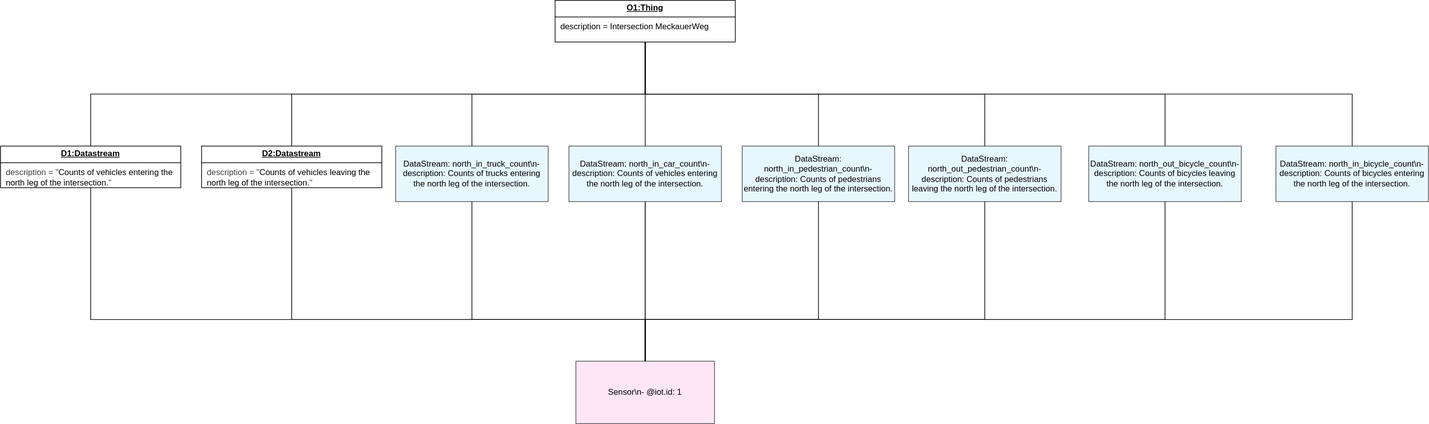
This is diagram.drawio.svg from starwit/frost-examples, a draw.io export, as it was before one commit. Source tidied: cells renumbered, new cells last; positions are measured from the earlier drawing's top-left corner, leaving out a move shared by most shapes.
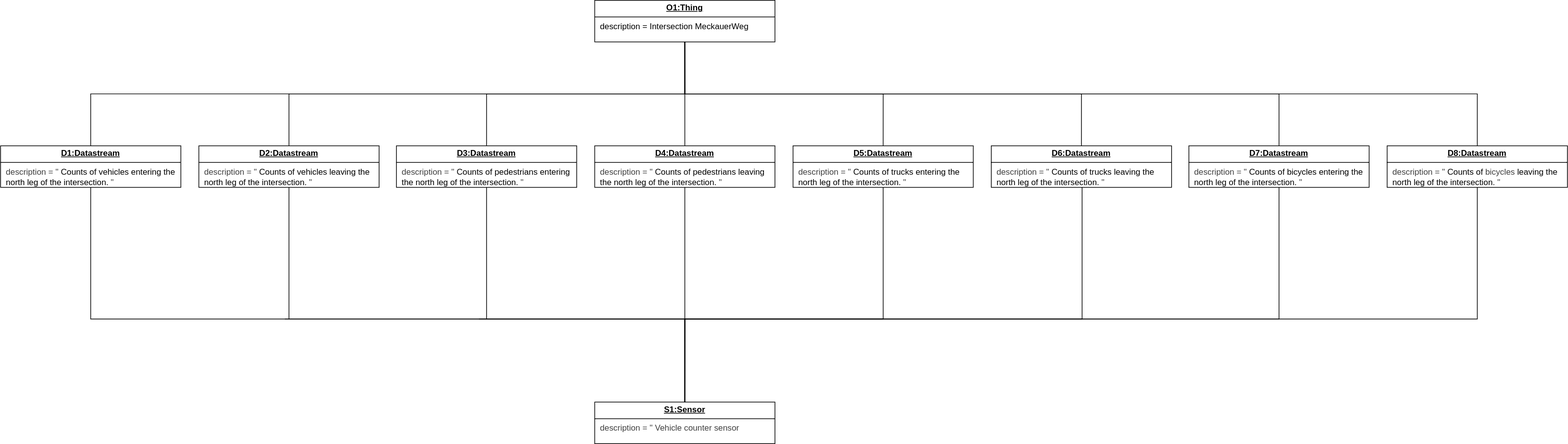
The same file after the commit.

Commit message:
convert to proper UML diagram

Diff of the diagram source:
```diff
@@ -2,34 +2,16 @@
   <root>
     <mxCell id="0" />
     <mxCell id="1" parent="0" />
-    <mxCell id="2" value="Sensor\n- @iot.id: 1" style="shape=umlObject;rounded=0;whiteSpace=wrap;html=1;fillColor=#ffe6f7;strokeColor=#4a4a4a;" parent="1" vertex="1">
-      <mxGeometry x="830" y="520" width="200" height="90" as="geometry" />
-    </mxCell>
-    <mxCell id="3" value="DataStream: north_in_truck_count\n- description: Counts of trucks entering the north leg of the intersection." style="shape=umlObject;rounded=0;whiteSpace=wrap;html=1;fillColor=#e6f7ff;strokeColor=#4a4a4a;" parent="1" vertex="1">
-      <mxGeometry x="570" y="210" width="220" height="80" as="geometry" />
-    </mxCell>
-    <mxCell id="4" value="DataStream: north_in_pedestrian_count\n- description: Counts of pedestrians entering the north leg of the intersection." style="shape=umlObject;rounded=0;whiteSpace=wrap;html=1;fillColor=#e6f7ff;strokeColor=#4a4a4a;" parent="1" vertex="1">
-      <mxGeometry x="1070" y="210" width="220" height="80" as="geometry" />
-    </mxCell>
-    <mxCell id="5" value="DataStream: north_in_bicycle_count\n- description: Counts of bicycles entering the north leg of the intersection." style="shape=umlObject;rounded=0;whiteSpace=wrap;html=1;fillColor=#e6f7ff;strokeColor=#4a4a4a;" parent="1" vertex="1">
-      <mxGeometry x="1840" y="210" width="220" height="80" as="geometry" />
-    </mxCell>
-    <mxCell id="6" value="DataStream: north_out_pedestrian_count\n- description: Counts of pedestrians leaving the north leg of the intersection." style="shape=umlObject;rounded=0;whiteSpace=wrap;html=1;fillColor=#e6f7ff;strokeColor=#4a4a4a;" parent="1" vertex="1">
-      <mxGeometry x="1310" y="210" width="220" height="80" as="geometry" />
-    </mxCell>
-    <mxCell id="7" value="DataStream: north_out_bicycle_count\n- description: Counts of bicycles leaving the north leg of the intersection." style="shape=umlObject;rounded=0;whiteSpace=wrap;html=1;fillColor=#e6f7ff;strokeColor=#4a4a4a;" parent="1" vertex="1">
-      <mxGeometry x="1570" y="210" width="220" height="80" as="geometry" />
-    </mxCell>
-    <mxCell id="8" style="edgeStyle=orthogonalEdgeStyle;rounded=0;jettySize=auto;html=1;endArrow=none;exitX=0.5;exitY=1;exitDx=0;exitDy=0;" parent="1" edge="1" source="25" target="24">
+    <mxCell id="8" style="edgeStyle=orthogonalEdgeStyle;rounded=0;jettySize=auto;html=1;endArrow=none;exitX=0.5;exitY=1;exitDx=0;exitDy=0;entryX=0.5;entryY=0;entryDx=0;entryDy=0;" parent="1" edge="1" source="25" target="30">
       <mxGeometry relative="1" as="geometry" />
     </mxCell>
-    <mxCell id="9" style="edgeStyle=orthogonalEdgeStyle;rounded=0;jettySize=auto;html=1;endArrow=none;exitX=0.5;exitY=1;exitDx=0;exitDy=0;" parent="1" edge="1" source="25" target="3">
+    <mxCell id="9" style="edgeStyle=orthogonalEdgeStyle;rounded=0;jettySize=auto;html=1;endArrow=none;exitX=0.5;exitY=1;exitDx=0;exitDy=0;entryX=0.5;entryY=0;entryDx=0;entryDy=0;" parent="1" edge="1" source="25" target="31">
       <mxGeometry relative="1" as="geometry" />
     </mxCell>
-    <mxCell id="10" style="edgeStyle=orthogonalEdgeStyle;rounded=0;jettySize=auto;html=1;endArrow=none;exitX=0.5;exitY=1;exitDx=0;exitDy=0;" parent="1" edge="1" source="25" target="4">
+    <mxCell id="10" style="edgeStyle=orthogonalEdgeStyle;rounded=0;jettySize=auto;html=1;endArrow=none;exitX=0.5;exitY=1;exitDx=0;exitDy=0;entryX=0.5;entryY=0;entryDx=0;entryDy=0;" parent="1" edge="1" source="25" target="32">
       <mxGeometry relative="1" as="geometry" />
     </mxCell>
-    <mxCell id="11" style="edgeStyle=orthogonalEdgeStyle;rounded=0;jettySize=auto;html=1;endArrow=none;exitX=0.5;exitY=1;exitDx=0;exitDy=0;" parent="1" edge="1" source="25" target="5">
+    <mxCell id="11" style="edgeStyle=orthogonalEdgeStyle;rounded=0;jettySize=auto;html=1;endArrow=none;exitX=0.5;exitY=1;exitDx=0;exitDy=0;entryX=0.5;entryY=0;entryDx=0;entryDy=0;" parent="1" edge="1" source="25" target="34">
       <mxGeometry relative="1" as="geometry" />
     </mxCell>
     <mxCell id="12" style="edgeStyle=orthogonalEdgeStyle;rounded=0;jettySize=auto;html=1;endArrow=none;exitX=0.5;exitY=1;exitDx=0;exitDy=0;entryX=0.5;entryY=0;entryDx=0;entryDy=0;" parent="1" edge="1" source="25" target="27">
@@ -38,78 +20,72 @@
     <mxCell id="13" style="edgeStyle=orthogonalEdgeStyle;rounded=0;jettySize=auto;html=1;endArrow=none;exitX=0.5;exitY=1;exitDx=0;exitDy=0;entryX=0.5;entryY=0;entryDx=0;entryDy=0;" parent="1" edge="1" source="25" target="28">
       <mxGeometry relative="1" as="geometry" />
     </mxCell>
-    <mxCell id="14" style="edgeStyle=orthogonalEdgeStyle;rounded=0;jettySize=auto;html=1;endArrow=none;exitX=0.5;exitY=1;exitDx=0;exitDy=0;" parent="1" edge="1" source="25" target="6">
+    <mxCell id="14" style="edgeStyle=orthogonalEdgeStyle;rounded=0;jettySize=auto;html=1;endArrow=none;exitX=0.5;exitY=1;exitDx=0;exitDy=0;entryX=0.5;entryY=0;entryDx=0;entryDy=0;" parent="1" edge="1" source="25" target="33">
       <mxGeometry relative="1" as="geometry" />
     </mxCell>
-    <mxCell id="15" style="edgeStyle=orthogonalEdgeStyle;rounded=0;jettySize=auto;html=1;endArrow=none;exitX=0.5;exitY=1;exitDx=0;exitDy=0;" parent="1" edge="1" source="25" target="7">
+    <mxCell id="15" style="edgeStyle=orthogonalEdgeStyle;rounded=0;jettySize=auto;html=1;endArrow=none;exitX=0.5;exitY=1;exitDx=0;exitDy=0;entryX=0.5;entryY=0;entryDx=0;entryDy=0;" parent="1" edge="1" source="25" target="35">
       <mxGeometry relative="1" as="geometry" />
     </mxCell>
-    <mxCell id="16" style="edgeStyle=orthogonalEdgeStyle;rounded=0;jettySize=auto;html=1;endArrow=none;" parent="1" edge="1" source="24" target="2">
-      <mxGeometry relative="1" as="geometry" />
-    </mxCell>
-    <mxCell id="17" style="edgeStyle=orthogonalEdgeStyle;rounded=0;jettySize=auto;html=1;endArrow=none;" parent="1" edge="1" source="3" target="2">
+    <mxCell id="17" style="edgeStyle=orthogonalEdgeStyle;rounded=0;jettySize=auto;html=1;endArrow=none;entryX=0.5;entryY=0;entryDx=0;entryDy=0;exitX=0.5;exitY=1;exitDx=0;exitDy=0;" parent="1" edge="1" source="31" target="29">
       <mxGeometry relative="1" as="geometry">
         <Array as="points">
-          <mxPoint x="680" y="460" />
-          <mxPoint x="930" y="460" />
+          <mxPoint x="690" y="460" />
+          <mxPoint x="980" y="460" />
         </Array>
       </mxGeometry>
     </mxCell>
-    <mxCell id="18" style="edgeStyle=orthogonalEdgeStyle;rounded=0;jettySize=auto;html=1;endArrow=none;" parent="1" edge="1" source="4" target="2">
+    <mxCell id="18" style="edgeStyle=orthogonalEdgeStyle;rounded=0;jettySize=auto;html=1;endArrow=none;entryX=0.5;entryY=0;entryDx=0;entryDy=0;exitX=0.5;exitY=1;exitDx=0;exitDy=0;" parent="1" edge="1" source="32" target="29">
       <mxGeometry relative="1" as="geometry">
         <Array as="points">
-          <mxPoint x="1180" y="460" />
-          <mxPoint x="930" y="460" />
+          <mxPoint x="1273" y="460" />
+          <mxPoint x="987" y="460" />
         </Array>
       </mxGeometry>
     </mxCell>
-    <mxCell id="19" style="edgeStyle=orthogonalEdgeStyle;rounded=0;jettySize=auto;html=1;endArrow=none;" parent="1" edge="1" source="5" target="2">
+    <mxCell id="19" style="edgeStyle=orthogonalEdgeStyle;rounded=0;jettySize=auto;html=1;endArrow=none;entryX=0.5;entryY=0;entryDx=0;entryDy=0;exitX=0.5;exitY=1;exitDx=0;exitDy=0;" parent="1" edge="1" source="34" target="29">
       <mxGeometry relative="1" as="geometry">
         <Array as="points">
-          <mxPoint x="1950" y="460" />
-          <mxPoint x="930" y="460" />
+          <mxPoint x="2130" y="460" />
+          <mxPoint x="987" y="460" />
         </Array>
       </mxGeometry>
     </mxCell>
-    <mxCell id="20" style="edgeStyle=orthogonalEdgeStyle;rounded=0;jettySize=auto;html=1;endArrow=none;" parent="1" edge="1" source="24" target="2">
+    <mxCell id="20" style="edgeStyle=orthogonalEdgeStyle;rounded=0;jettySize=auto;html=1;endArrow=none;entryX=0.5;entryY=0;entryDx=0;entryDy=0;exitX=0.5;exitY=1;exitDx=0;exitDy=0;" parent="1" edge="1" source="30" target="29">
       <mxGeometry relative="1" as="geometry" />
     </mxCell>
-    <mxCell id="21" style="edgeStyle=orthogonalEdgeStyle;rounded=0;jettySize=auto;html=1;endArrow=none;" parent="1" edge="1" source="6" target="2">
+    <mxCell id="21" style="edgeStyle=orthogonalEdgeStyle;rounded=0;jettySize=auto;html=1;endArrow=none;entryX=0.5;entryY=0;entryDx=0;entryDy=0;exitX=0.5;exitY=1;exitDx=0;exitDy=0;" parent="1" edge="1" source="33" target="29">
       <mxGeometry relative="1" as="geometry">
         <Array as="points">
-          <mxPoint x="1420" y="460" />
-          <mxPoint x="930" y="460" />
+          <mxPoint x="1560" y="270" />
+          <mxPoint x="1560" y="460" />
+          <mxPoint x="987" y="460" />
         </Array>
       </mxGeometry>
     </mxCell>
-    <mxCell id="22" style="edgeStyle=orthogonalEdgeStyle;rounded=0;jettySize=auto;html=1;endArrow=none;" parent="1" edge="1" source="7" target="2">
+    <mxCell id="22" style="edgeStyle=orthogonalEdgeStyle;rounded=0;jettySize=auto;html=1;endArrow=none;entryX=0.5;entryY=0;entryDx=0;entryDy=0;exitX=0.5;exitY=1;exitDx=0;exitDy=0;" parent="1" edge="1" source="35" target="29">
       <mxGeometry relative="1" as="geometry">
         <Array as="points">
-          <mxPoint x="1680" y="460" />
-          <mxPoint x="930" y="460" />
+          <mxPoint x="1844" y="460" />
+          <mxPoint x="987" y="460" />
         </Array>
       </mxGeometry>
     </mxCell>
-    <mxCell id="23" style="edgeStyle=orthogonalEdgeStyle;rounded=0;jettySize=auto;html=1;endArrow=none;exitX=0.5;exitY=1;exitDx=0;exitDy=0;" parent="1" edge="1" source="28" target="2">
+    <mxCell id="23" style="edgeStyle=orthogonalEdgeStyle;rounded=0;jettySize=auto;html=1;endArrow=none;exitX=0.5;exitY=1;exitDx=0;exitDy=0;entryX=0.5;entryY=0;entryDx=0;entryDy=0;" parent="1" edge="1" source="28" target="29">
       <mxGeometry relative="1" as="geometry">
         <Array as="points">
-          <mxPoint x="420" y="400" />
-          <mxPoint x="420" y="460" />
-          <mxPoint x="930" y="460" />
+          <mxPoint x="410" y="460" />
+          <mxPoint x="980" y="460" />
         </Array>
       </mxGeometry>
     </mxCell>
-    <mxCell id="24" value="DataStream: north_in_car_count\n- description: Counts of vehicles entering the north leg of the intersection." style="shape=umlObject;rounded=0;whiteSpace=wrap;html=1;fillColor=#e6f7ff;strokeColor=#4a4a4a;" parent="1" vertex="1">
-      <mxGeometry x="820" y="210" width="220" height="80" as="geometry" />
-    </mxCell>
     <mxCell id="25" value="&lt;p style=&quot;margin:0px;margin-top:4px;text-align:center;text-decoration:underline;&quot;&gt;&lt;b&gt;O1:Thing&lt;/b&gt;&lt;/p&gt;&lt;hr size=&quot;1&quot; style=&quot;border-style:solid;&quot;&gt;&lt;p style=&quot;margin:0px;margin-left:8px;&quot;&gt;description =&amp;nbsp;&lt;span style=&quot;color: rgb(0, 0, 0); text-align: center;&quot;&gt;Intersection MeckauerWeg&lt;/span&gt;&lt;br&gt;&lt;/p&gt;" style="verticalAlign=top;align=left;overflow=fill;html=1;whiteSpace=wrap;" parent="1" vertex="1">
-      <mxGeometry x="800" width="260" height="60" as="geometry" />
+      <mxGeometry x="857" width="260" height="60" as="geometry" />
     </mxCell>
-    <mxCell id="26" style="edgeStyle=orthogonalEdgeStyle;html=1;exitX=0.5;exitY=1;exitDx=0;exitDy=0;entryX=0.5;entryY=0;entryDx=0;entryDy=0;endArrow=none;endFill=0;rounded=0;curved=0;" parent="1" edge="1" source="27" target="2">
+    <mxCell id="26" style="edgeStyle=orthogonalEdgeStyle;html=1;exitX=0.5;exitY=1;exitDx=0;exitDy=0;entryX=0.5;entryY=0;entryDx=0;entryDy=0;endArrow=none;endFill=0;rounded=0;curved=0;" parent="1" edge="1" source="27" target="29">
       <mxGeometry relative="1" as="geometry">
         <Array as="points">
           <mxPoint x="130" y="460" />
-          <mxPoint x="930" y="460" />
+          <mxPoint x="987" y="460" />
         </Array>
       </mxGeometry>
     </mxCell>
@@ -117,7 +93,28 @@
       <mxGeometry y="210" width="260" height="60" as="geometry" />
     </mxCell>
     <mxCell id="28" value="&lt;p style=&quot;margin:0px;margin-top:4px;text-align:center;text-decoration:underline;&quot;&gt;&lt;b&gt;D2:Datastream&lt;/b&gt;&lt;/p&gt;&lt;hr size=&quot;1&quot; style=&quot;border-style:solid;&quot;&gt;&lt;p style=&quot;margin:0px;margin-left:8px;&quot;&gt;&lt;span style=&quot;color: rgb(63, 63, 63); background-color: transparent;&quot;&gt;description = &quot;&lt;/span&gt;&lt;span style=&quot;background-color: transparent;&quot;&gt;Counts of vehicles leaving the north leg of the intersection.&lt;/span&gt;&lt;span style=&quot;background-color: transparent; color: rgb(63, 63, 63);&quot;&gt;&quot;&lt;/span&gt;&lt;/p&gt;" style="verticalAlign=top;align=left;overflow=fill;html=1;whiteSpace=wrap;" parent="1" vertex="1">
-      <mxGeometry x="290" y="210" width="260" height="60" as="geometry" />
+      <mxGeometry x="286" y="210" width="260" height="60" as="geometry" />
     </mxCell>
+    <mxCell id="29" value="&lt;p style=&quot;margin:0px;margin-top:4px;text-align:center;text-decoration:underline;&quot;&gt;&lt;b&gt;S1:Sensor&lt;/b&gt;&lt;/p&gt;&lt;hr size=&quot;1&quot; style=&quot;border-style:solid;&quot;&gt;&lt;p style=&quot;margin:0px;margin-left:8px;&quot;&gt;&lt;span style=&quot;color: rgb(63, 63, 63); background-color: transparent;&quot;&gt;description = &quot;&lt;/span&gt;&lt;span style=&quot;background-color: transparent; color: rgb(63, 63, 63);&quot;&gt;Vehicle counter sensor&lt;font color=&quot;rgba(0, 0, 0, 0)&quot;&gt;&quot;&lt;/font&gt;&lt;/span&gt;&lt;/p&gt;" style="verticalAlign=top;align=left;overflow=fill;html=1;whiteSpace=wrap;" parent="1" vertex="1">
+      <mxGeometry x="857" y="580" width="260" height="60" as="geometry" />
+    </mxCell>
+    <mxCell id="30" value="&lt;p style=&quot;margin:0px;margin-top:4px;text-align:center;text-decoration:underline;&quot;&gt;&lt;b&gt;D4:Datastream&lt;/b&gt;&lt;/p&gt;&lt;hr size=&quot;1&quot; style=&quot;border-style:solid;&quot;&gt;&lt;p style=&quot;margin:0px;margin-left:8px;&quot;&gt;&lt;span style=&quot;color: rgb(63, 63, 63); background-color: transparent;&quot;&gt;description = &quot;&lt;/span&gt;&lt;span style=&quot;background-color: transparent;&quot;&gt;Counts of pedestrians leaving the north leg of the intersection.&lt;/span&gt;&lt;span style=&quot;background-color: transparent; color: rgb(63, 63, 63);&quot;&gt;&quot;&lt;/span&gt;&lt;/p&gt;" style="verticalAlign=top;align=left;overflow=fill;html=1;whiteSpace=wrap;" parent="1" vertex="1">
+      <mxGeometry x="857" y="210" width="260" height="60" as="geometry" />
+    </mxCell>
+    <mxCell id="31" value="&lt;p style=&quot;margin:0px;margin-top:4px;text-align:center;text-decoration:underline;&quot;&gt;&lt;b&gt;D3:Datastream&lt;/b&gt;&lt;/p&gt;&lt;hr size=&quot;1&quot; style=&quot;border-style:solid;&quot;&gt;&lt;p style=&quot;margin:0px;margin-left:8px;&quot;&gt;&lt;span style=&quot;color: rgb(63, 63, 63); background-color: transparent;&quot;&gt;description = &quot;&lt;/span&gt;&lt;span style=&quot;background-color: transparent;&quot;&gt;Counts of pedestrians entering the north leg of the intersection.&lt;/span&gt;&lt;span style=&quot;background-color: transparent; color: rgb(63, 63, 63);&quot;&gt;&quot;&lt;/span&gt;&lt;/p&gt;" style="verticalAlign=top;align=left;overflow=fill;html=1;whiteSpace=wrap;" parent="1" vertex="1">
+      <mxGeometry x="571" y="210" width="260" height="60" as="geometry" />
+    </mxCell>
+    <mxCell id="32" value="&lt;p style=&quot;margin:0px;margin-top:4px;text-align:center;text-decoration:underline;&quot;&gt;&lt;b&gt;D5:Datastream&lt;/b&gt;&lt;/p&gt;&lt;hr size=&quot;1&quot; style=&quot;border-style:solid;&quot;&gt;&lt;p style=&quot;margin:0px;margin-left:8px;&quot;&gt;&lt;span style=&quot;color: rgb(63, 63, 63); background-color: transparent;&quot;&gt;description = &quot;&lt;/span&gt;&lt;span style=&quot;background-color: transparent;&quot;&gt;Counts of trucks entering the north leg of the intersection.&lt;/span&gt;&lt;span style=&quot;background-color: transparent; color: rgb(63, 63, 63);&quot;&gt;&quot;&lt;/span&gt;&lt;/p&gt;" style="verticalAlign=top;align=left;overflow=fill;html=1;whiteSpace=wrap;" parent="1" vertex="1">
+      <mxGeometry x="1143" y="210" width="260" height="60" as="geometry" />
+    </mxCell>
+    <mxCell id="33" value="&lt;p style=&quot;margin:0px;margin-top:4px;text-align:center;text-decoration:underline;&quot;&gt;&lt;b&gt;D6:Datastream&lt;/b&gt;&lt;/p&gt;&lt;hr size=&quot;1&quot; style=&quot;border-style:solid;&quot;&gt;&lt;p style=&quot;margin:0px;margin-left:8px;&quot;&gt;&lt;span style=&quot;color: rgb(63, 63, 63); background-color: transparent;&quot;&gt;description = &quot;&lt;/span&gt;&lt;span style=&quot;background-color: transparent;&quot;&gt;Counts of trucks leaving the north leg of the intersection.&lt;/span&gt;&lt;span style=&quot;background-color: transparent; color: rgb(63, 63, 63);&quot;&gt;&quot;&lt;/span&gt;&lt;/p&gt;" style="verticalAlign=top;align=left;overflow=fill;html=1;whiteSpace=wrap;" parent="1" vertex="1">
+      <mxGeometry x="1429" y="210" width="260" height="60" as="geometry" />
+    </mxCell>
+    <mxCell id="34" value="&lt;p style=&quot;margin:0px;margin-top:4px;text-align:center;text-decoration:underline;&quot;&gt;&lt;b&gt;D8:Datastream&lt;/b&gt;&lt;/p&gt;&lt;hr size=&quot;1&quot; style=&quot;border-style:solid;&quot;&gt;&lt;p style=&quot;margin:0px;margin-left:8px;&quot;&gt;&lt;span style=&quot;color: rgb(63, 63, 63); background-color: transparent;&quot;&gt;description = &quot;&lt;/span&gt;&lt;span style=&quot;background-color: transparent;&quot;&gt;Counts of&amp;nbsp;&lt;/span&gt;&lt;span style=&quot;color: rgb(63, 63, 63);&quot;&gt;bicycles&lt;/span&gt;&lt;span style=&quot;background-color: transparent;&quot;&gt;&amp;nbsp;leaving the north leg of the intersection.&lt;/span&gt;&lt;span style=&quot;background-color: transparent; color: rgb(63, 63, 63);&quot;&gt;&quot;&lt;/span&gt;&lt;/p&gt;" style="verticalAlign=top;align=left;overflow=fill;html=1;whiteSpace=wrap;" parent="1" vertex="1">
+      <mxGeometry x="2000" y="210" width="260" height="60" as="geometry" />
+    </mxCell>
+    <mxCell id="35" value="&lt;p style=&quot;margin:0px;margin-top:4px;text-align:center;text-decoration:underline;&quot;&gt;&lt;b&gt;D7:Datastream&lt;/b&gt;&lt;/p&gt;&lt;hr size=&quot;1&quot; style=&quot;border-style:solid;&quot;&gt;&lt;p style=&quot;margin:0px;margin-left:8px;&quot;&gt;&lt;span style=&quot;color: rgb(63, 63, 63); background-color: transparent;&quot;&gt;description = &quot;&lt;/span&gt;&lt;span style=&quot;background-color: transparent;&quot;&gt;Counts of bicycles entering the north leg of the intersection.&lt;/span&gt;&lt;span style=&quot;background-color: transparent; color: rgb(63, 63, 63);&quot;&gt;&quot;&lt;/span&gt;&lt;/p&gt;" style="verticalAlign=top;align=left;overflow=fill;html=1;whiteSpace=wrap;" parent="1" vertex="1">
+      <mxGeometry x="1714" y="210" width="260" height="60" as="geometry" />
+    </mxCell>
   </root>
 </mxGraphModel>
```
